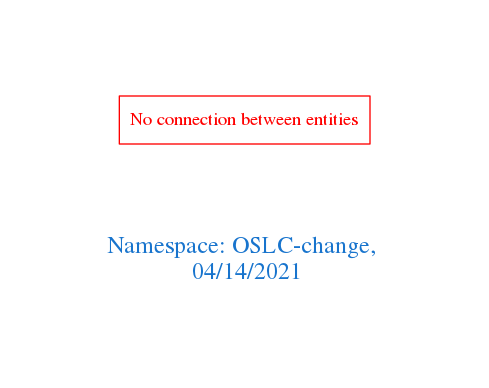
Above: downloads/OSLC-change.png in arago/OGIT (Graphviz), before the change. Its source is kept beside it as downloads/OSLC-change.dot.
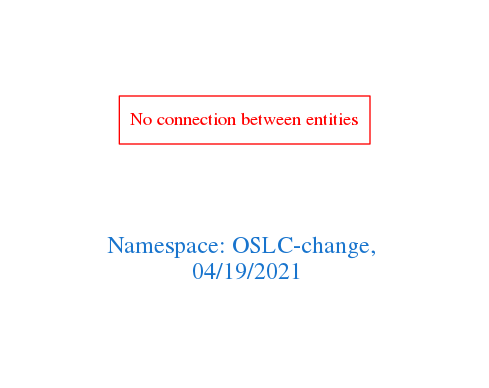
After the change.

Diff of the diagram source:
```diff
@@ -1,7 +1,7 @@
 digraph OGIT_ontology {
  graph [ rankdir= LR,pad=1
 fontsize = 18,
-fontcolor= dodgerblue3,label = "\n\n\nNamespace: OSLC-change, \n 04/14/2021"];
+fontcolor= dodgerblue3,label = "\n\n\nNamespace: OSLC-change, \n 04/19/2021"];
 node[shape=polygon];
 edge [  color="gray81"];
 
```
